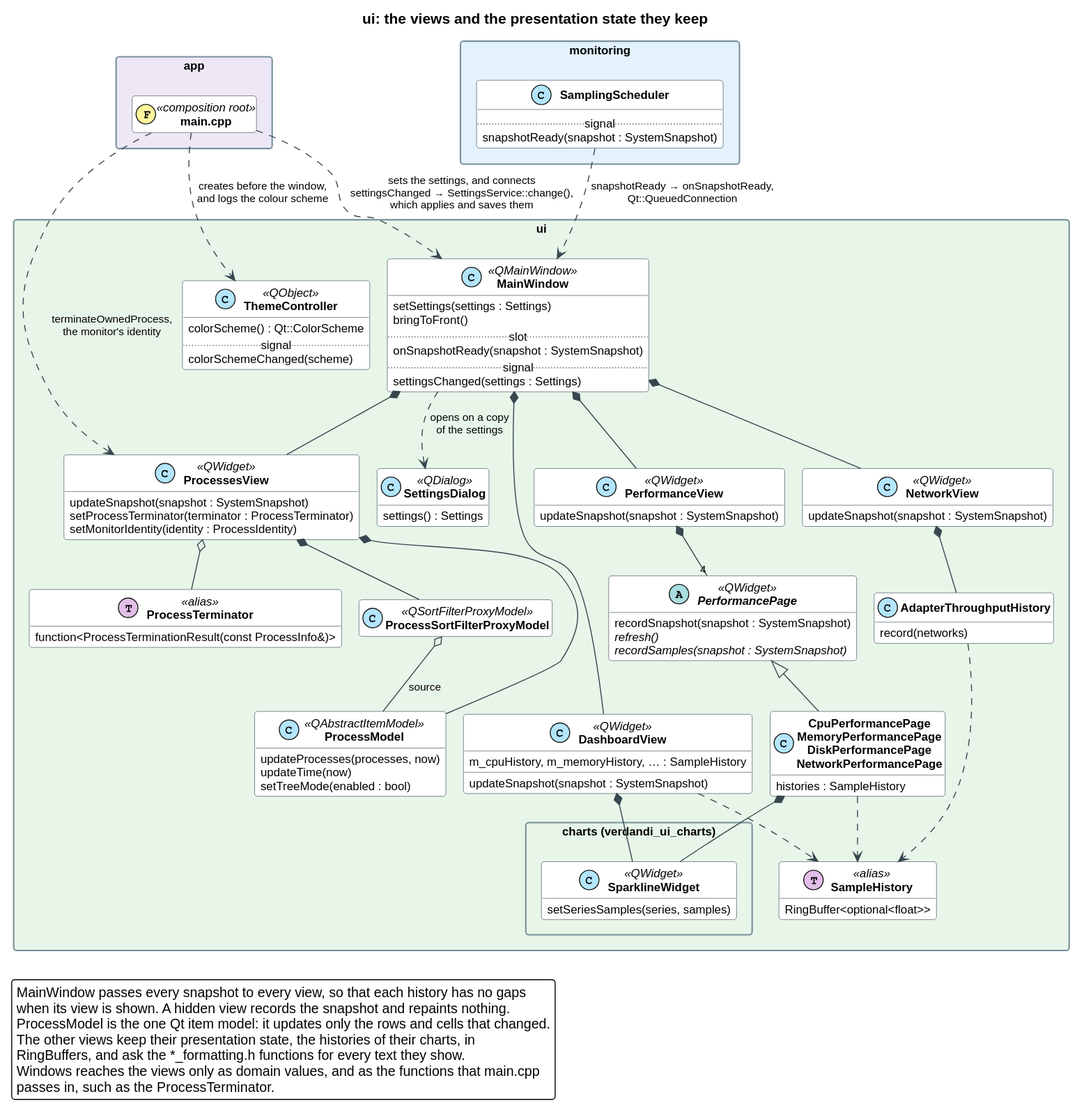
Above: docs/diagrams/ui_views.svg in DunderGG/verdandi (PlantUML), before the change.
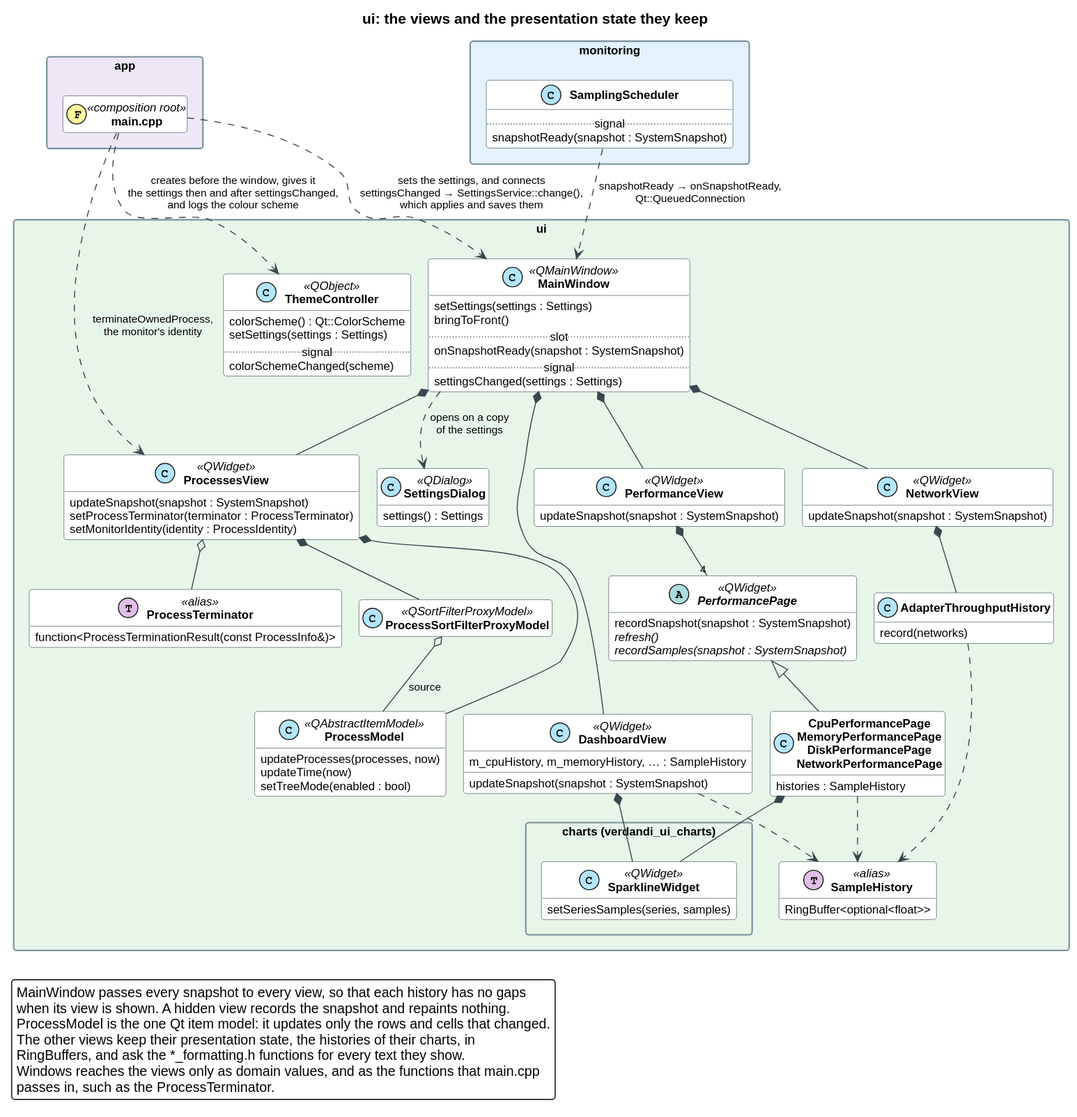
Above is the later version.

The edit, as a diff of the source:
```diff
@@ -19,6 +19,7 @@
 
     class ThemeController <<QObject>> {
         colorScheme() : Qt::ColorScheme
+        setSettings(settings : Settings)
         .. signal ..
         colorSchemeChanged(scheme)
     }
@@ -93,7 +94,7 @@
 SamplingScheduler ..> MainWindow : snapshotReady → onSnapshotReady,\nQt::QueuedConnection
 mainCpp ..> MainWindow : sets the settings, and connects\nsettingsChanged → SettingsService::change(),\nwhich applies and saves them
 mainCpp ..> ProcessesView : terminateOwnedProcess,\nthe monitor's identity
-mainCpp ..> ThemeController : creates before the window,\nand logs the colour scheme
+mainCpp ..> ThemeController : creates before the window, gives it\nthe settings then and after settingsChanged,\nand logs the colour scheme
 MainWindow ..> SettingsDialog : opens on a copy\nof the settings
 
 MainWindow *-- DashboardView
```
